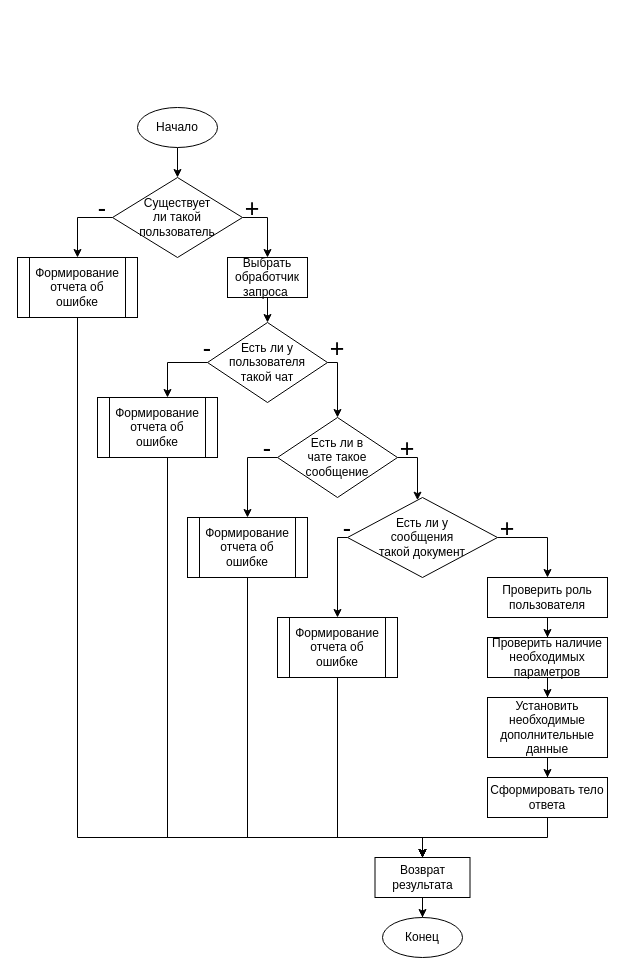
The draw.io diagram Diploma/Диплом/Картинки/3/Алгоритм обработки запроса.drawio in Kniger33/Institute, before the edit. Source tidied: cells renumbered, new cells numbered last; positions are measured from the earlier drawing's top-left corner, leaving out a move shared by most shapes. Both pictures are drawn from the tidied source at 100%, with x=0, y=0 at pixel (17, 107).
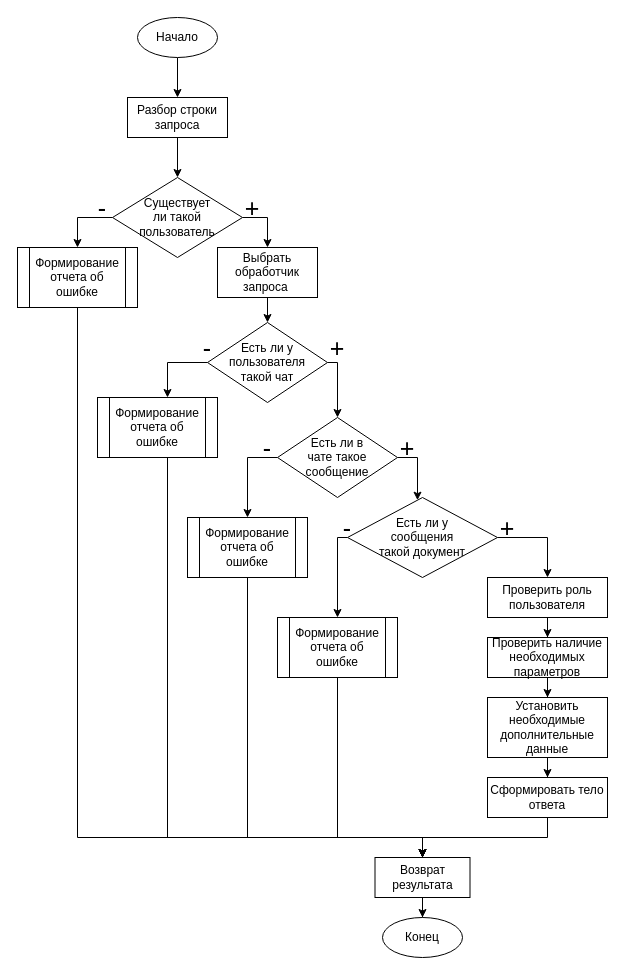
After the change.

Unchanged cells that the change refers to:
```xml
<mxCell id="6" value="Существует &lt;br&gt;ли такой &lt;br&gt;пользователь" style="rhombus;whiteSpace=wrap;html=1;" parent="1" vertex="1">
  <mxGeometry x="95" y="70" width="130" height="80" as="geometry" />
</mxCell>
```

Diff of the diagram source:
```diff
@@
-    <mxCell id="2" style="edgeStyle=orthogonalEdgeStyle;rounded=0;jettySize=auto;html=1;" parent="1" edge="1" source="3" target="6">
-      <mxGeometry relative="1" as="geometry" />
-    </mxCell>
+    <mxCell id="45" style="edgeStyle=orthogonalEdgeStyle;rounded=0;jettySize=auto;html=1;" parent="1" edge="1" source="3" target="47">
+      <mxGeometry relative="1" as="geometry" />
+    </mxCell>
     <mxCell id="3" value="Начало" style="ellipse;whiteSpace=wrap;html=1;" parent="1" vertex="1">
-      <mxGeometry x="120" width="80" height="40" as="geometry" />
+      <mxGeometry x="120" y="-90" width="80" height="40" as="geometry" />
     </mxCell>
@@
     <mxCell id="10" value="Выбрать обработчик запроса&amp;nbsp;" style="rounded=0;whiteSpace=wrap;html=1;" parent="1" vertex="1">
-      <mxGeometry x="210" y="150" width="80" height="40" as="geometry" />
+      <mxGeometry x="200" y="140" width="100" height="50" as="geometry" />
     </mxCell>
@@
     <mxCell id="40" value="&lt;span&gt;Формирование отчета об ошибке&lt;/span&gt;" style="shape=process;whiteSpace=wrap;html=1;backgroundOutline=1;" parent="1" vertex="1">
-      <mxGeometry y="150" width="120" height="60" as="geometry" />
+      <mxGeometry y="140" width="120" height="60" as="geometry" />
     </mxCell>
@@
+    <mxCell id="46" style="edgeStyle=orthogonalEdgeStyle;rounded=0;jettySize=auto;html=1;" parent="1" edge="1" source="47" target="6">
+      <mxGeometry relative="1" as="geometry" />
+    </mxCell>
+    <mxCell id="47" value="Разбор строки запроса" style="rounded=0;whiteSpace=wrap;html=1;" parent="1" vertex="1">
+      <mxGeometry x="110" y="-10" width="100" height="40" as="geometry" />
+    </mxCell>
```
